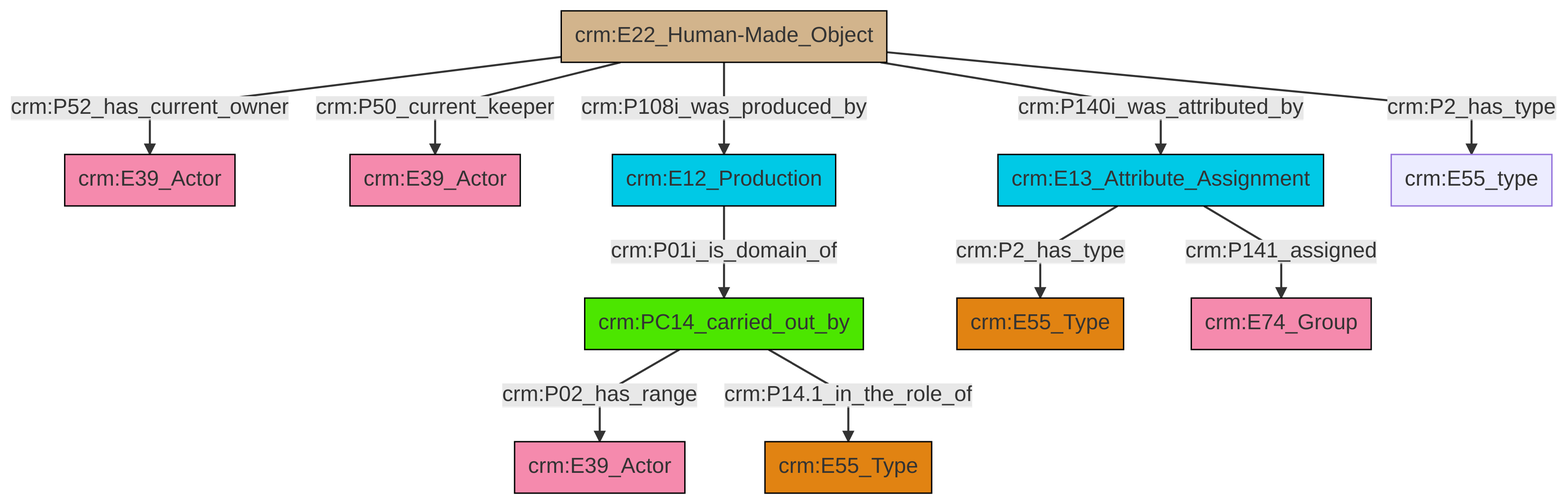
This is et/artworkCSV/ttl/mmd/png/Artwork_Actor_Relations.png from ncarboni/srdm, a Mermaid export, as it was before one commit. Its source is kept beside it as et/artworkCSV/ttl/mmd/Artwork_Actor_Relations.ttl.mmd.
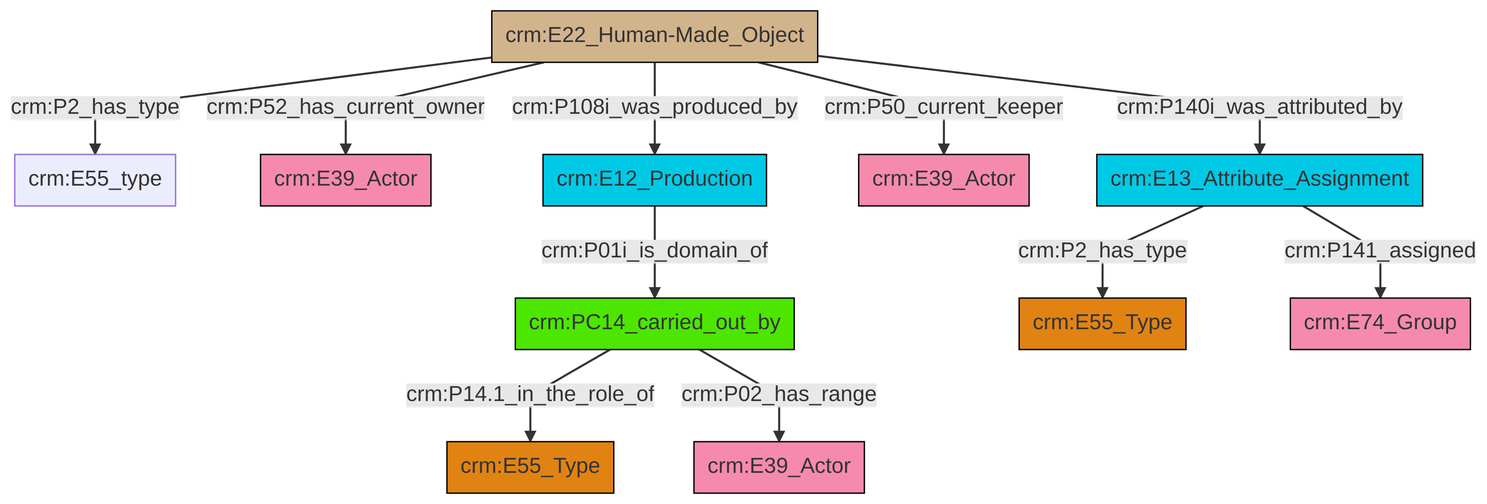
The same diagram one commit later.

The edit, as a diff of the source:
```diff
@@ -13,13 +13,13 @@
 classDef PC_Classes fill:#4ce600, stroke:#000000;
 classDef Multi fill:#cccccc,stroke:#000000;
 
-6["crm:E13_Attribute_Assignment"]:::Temporal_Entity -->|crm:P2_has_type| 7["crm:E55_Type"]:::Type
-0["crm:E22_Human-Made_Object"]:::Physical_Thing -->|crm:P52_has_current_owner| 8["crm:E39_Actor"]:::Actor
-9["crm:PC14_carried_out_by"]:::PC_Classes -->|crm:P02_has_range| 10["crm:E39_Actor"]:::Actor
-0["crm:E22_Human-Made_Object"]:::Physical_Thing -->|crm:P50_current_keeper| 2["crm:E39_Actor"]:::Actor
-0["crm:E22_Human-Made_Object"]:::Physical_Thing -->|crm:P108i_was_produced_by| 4["crm:E12_Production"]:::Temporal_Entity
-4["crm:E12_Production"]:::Temporal_Entity -->|crm:P01i_is_domain_of| 9["crm:PC14_carried_out_by"]:::PC_Classes
-0["crm:E22_Human-Made_Object"]:::Physical_Thing -->|crm:P140i_was_attributed_by| 6["crm:E13_Attribute_Assignment"]:::Temporal_Entity
-0["crm:E22_Human-Made_Object"]:::Physical_Thing -->|crm:P2_has_type| 13["crm:E55_type"]:::Default
-9["crm:PC14_carried_out_by"]:::PC_Classes -->|crm:P14.1_in_the_role_of| 19["crm:E55_Type"]:::Type
-6["crm:E13_Attribute_Assignment"]:::Temporal_Entity -->|crm:P141_assigned| 21["crm:E74_Group"]:::Actor
+10["crm:E22_Human-Made_Object"]:::Physical_Thing -->|crm:P2_has_type| 11["crm:E55_type"]:::Default
+8["crm:PC14_carried_out_by"]:::PC_Classes -->|crm:P14.1_in_the_role_of| 12["crm:E55_Type"]:::Type
+8["crm:PC14_carried_out_by"]:::PC_Classes -->|crm:P02_has_range| 6["crm:E39_Actor"]:::Actor
+10["crm:E22_Human-Made_Object"]:::Physical_Thing -->|crm:P52_has_current_owner| 13["crm:E39_Actor"]:::Actor
+17["crm:E13_Attribute_Assignment"]:::Temporal_Entity -->|crm:P2_has_type| 0["crm:E55_Type"]:::Type
+10["crm:E22_Human-Made_Object"]:::Physical_Thing -->|crm:P108i_was_produced_by| 2["crm:E12_Production"]:::Temporal_Entity
+10["crm:E22_Human-Made_Object"]:::Physical_Thing -->|crm:P50_current_keeper| 4["crm:E39_Actor"]:::Actor
+10["crm:E22_Human-Made_Object"]:::Physical_Thing -->|crm:P140i_was_attributed_by| 17["crm:E13_Attribute_Assignment"]:::Temporal_Entity
+17["crm:E13_Attribute_Assignment"]:::Temporal_Entity -->|crm:P141_assigned| 19["crm:E74_Group"]:::Actor
+2["crm:E12_Production"]:::Temporal_Entity -->|crm:P01i_is_domain_of| 8["crm:PC14_carried_out_by"]:::PC_Classes
```
